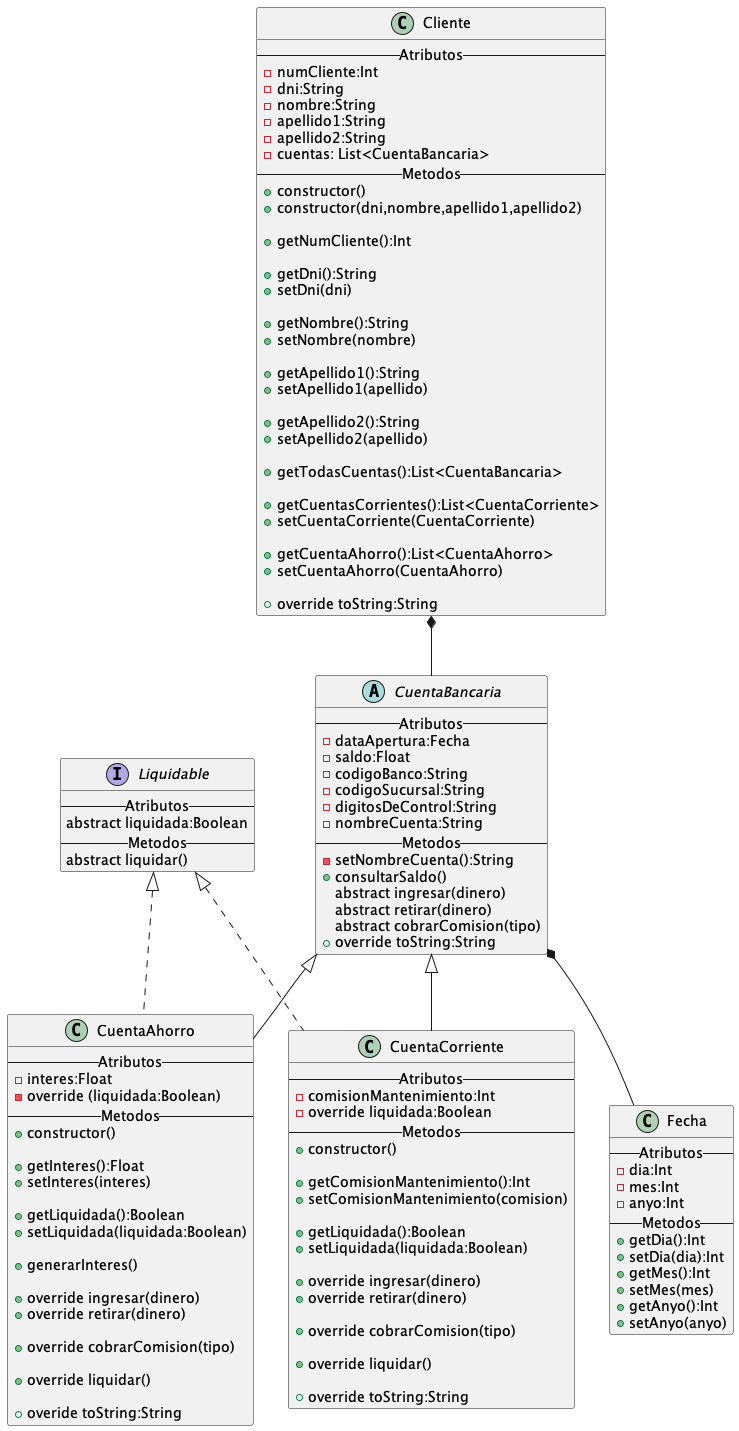
Above: src/main/kotlin/uml/DiagramaClases.png in MaxDronCode/LadronesLegales (PlantUML), before the change.
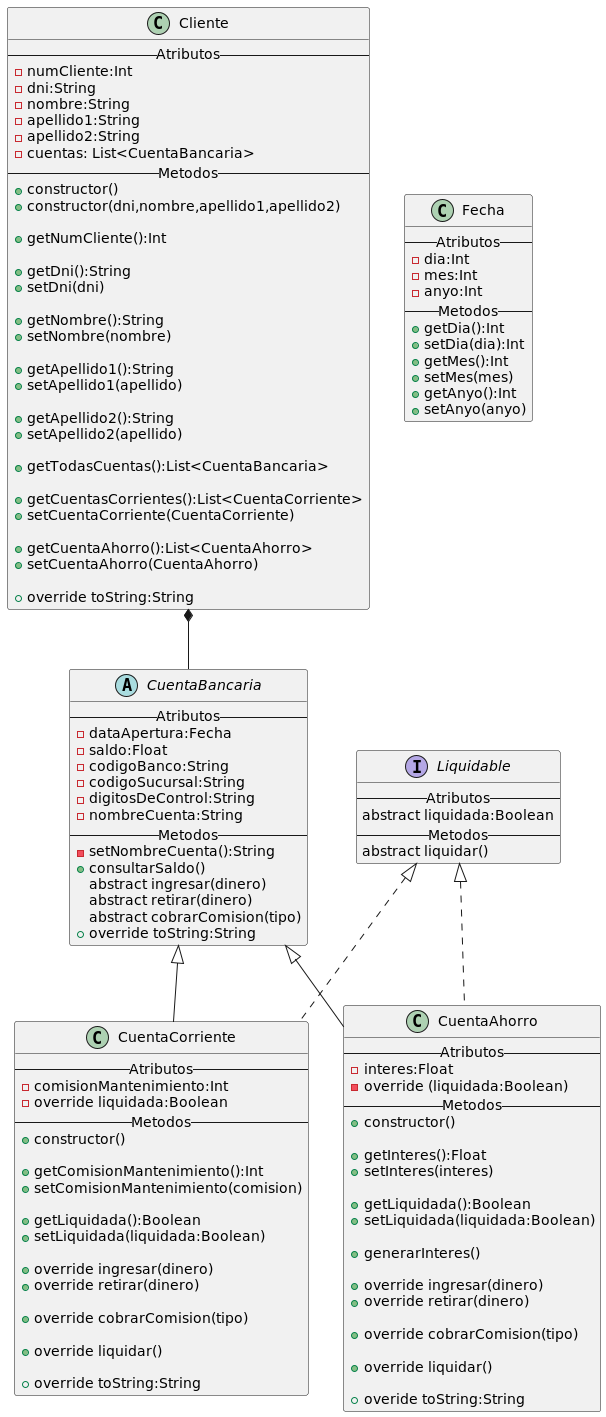
The same file after the commit.

Change to the diagram source:
```diff
@@ -125,7 +125,6 @@
 
 CuentaBancaria <|-- CuentaAhorro
 CuentaBancaria <|-- CuentaCorriente
-CuentaBancaria *-- Fecha
 
 Liquidable <|.. CuentaAhorro
 Liquidable <|.. CuentaCorriente
```
